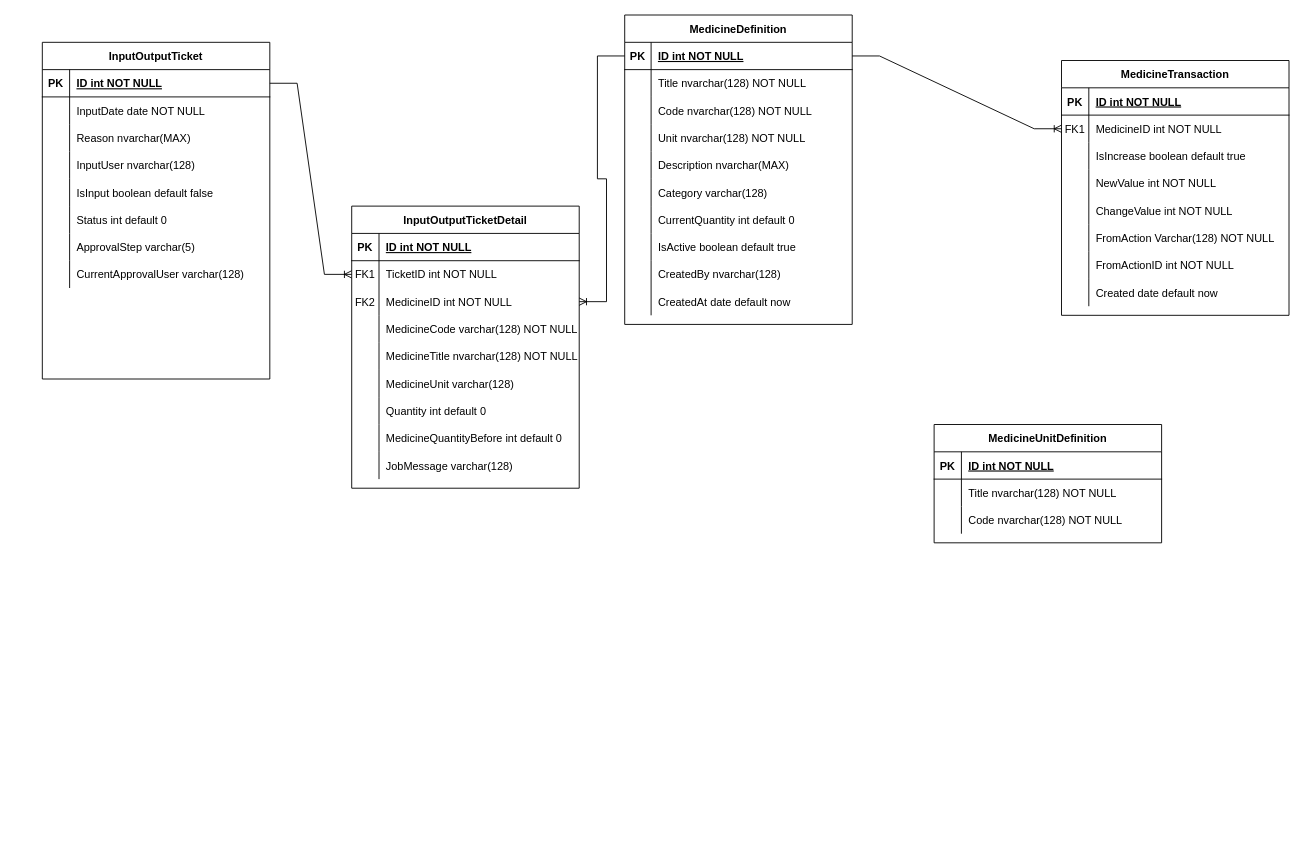
Above: public/Untitled Diagram.drawio in ducquynhnguyeninfo/medical-manager (draw.io), before the change. Source tidied: cells renumbered, new cells numbered last; positions are measured from the earlier drawing's top-left corner, leaving out a move shared by most shapes. Both pictures are drawn from the tidied source at 91%, with x=0, y=0 at pixel (42, 15).
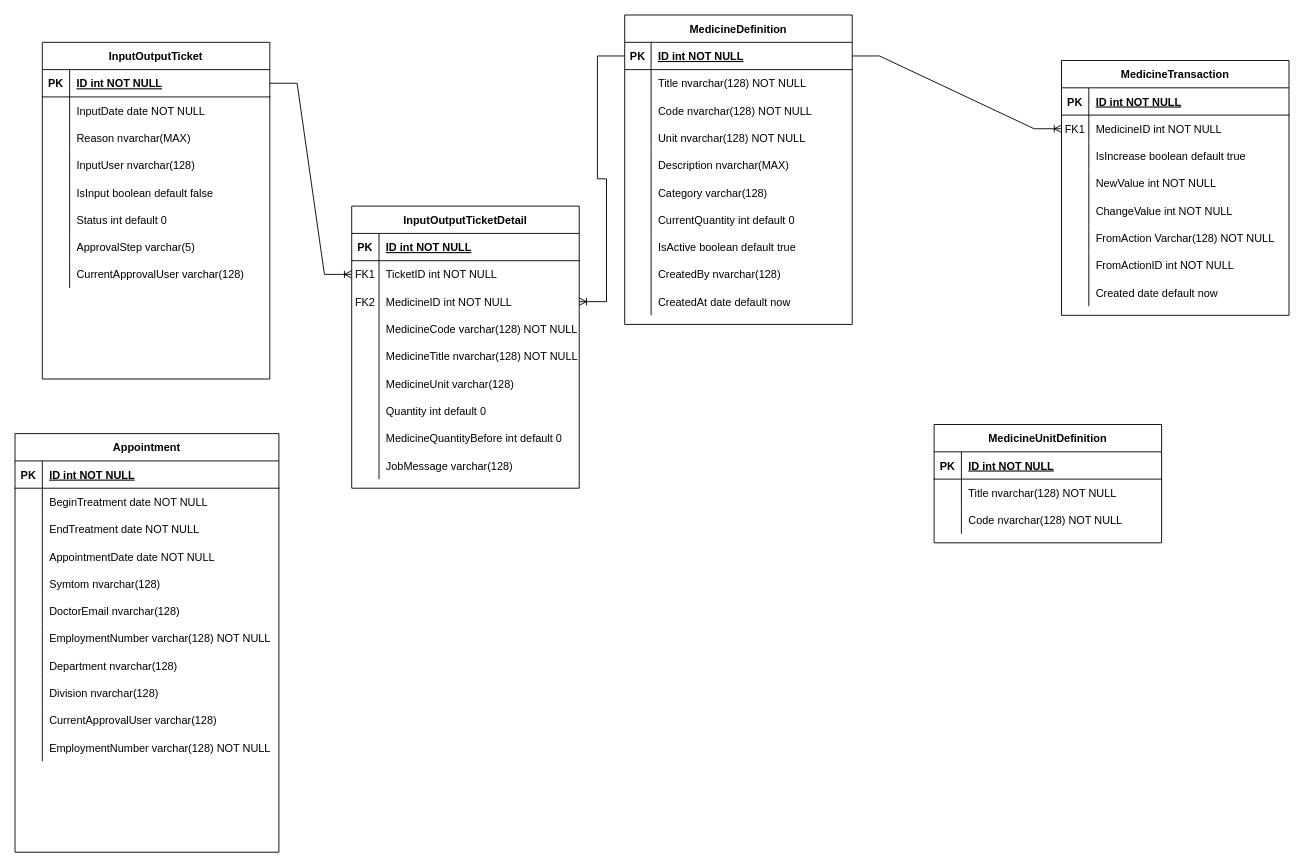
The same diagram, later.

The edit, as a diff of the source:
```diff
@@
+    <mxCell id="124" value="Appointment" style="shape=table;startSize=30;childLayout=tableLayout;rowLines=0;fontStyle=1;align=center;" parent="1" vertex="1">
+      <mxGeometry x="-30" y="460" width="290" height="460" as="geometry" />
+    </mxCell>
+    <mxCell id="125" style="shape=partialRectangle;fillColor=none;top=0;left=0;right=0;bottom=1;" parent="124" vertex="1">
+      <mxGeometry y="30" width="290" height="30" as="geometry" />
+    </mxCell>
+    <mxCell id="126" value="PK" style="shape=partialRectangle;overflow=hidden;fillColor=none;top=0;left=0;bottom=0;right=0;fontStyle=1;" parent="125" vertex="1">
+      <mxGeometry width="30" height="30" as="geometry" />
+    </mxCell>
+    <mxCell id="127" value="ID int NOT NULL" style="shape=partialRectangle;overflow=hidden;fillColor=none;top=0;left=0;bottom=0;right=0;align=left;spacingLeft=6;fontStyle=5;" parent="125" vertex="1">
+      <mxGeometry x="30" width="260" height="30" as="geometry" />
+    </mxCell>
+    <mxCell id="128" style="shape=partialRectangle;fillColor=none;top=0;left=0;right=0;bottom=0;" parent="124" vertex="1">
+      <mxGeometry y="60" width="290" height="30" as="geometry" />
+    </mxCell>
+    <mxCell id="129" style="shape=partialRectangle;overflow=hidden;fillColor=none;top=0;left=0;bottom=0;right=0;" parent="128" vertex="1">
+      <mxGeometry width="30" height="30" as="geometry" />
+    </mxCell>
+    <mxCell id="130" value="BeginTreatment date NOT NULL" style="shape=partialRectangle;overflow=hidden;fillColor=none;top=0;left=0;bottom=0;right=0;align=left;spacingLeft=6;" parent="128" vertex="1">
+      <mxGeometry x="30" width="260" height="30" as="geometry" />
+    </mxCell>
+    <mxCell id="131" style="shape=partialRectangle;fillColor=none;top=0;left=0;right=0;bottom=0;" parent="124" vertex="1">
+      <mxGeometry y="90" width="290" height="30" as="geometry" />
+    </mxCell>
+    <mxCell id="132" style="shape=partialRectangle;overflow=hidden;fillColor=none;top=0;left=0;bottom=0;right=0;" parent="131" vertex="1">
+      <mxGeometry width="30" height="30" as="geometry" />
+    </mxCell>
+    <mxCell id="133" value="EndTreatment date NOT NULL" style="shape=partialRectangle;overflow=hidden;fillColor=none;top=0;left=0;bottom=0;right=0;align=left;spacingLeft=6;" parent="131" vertex="1">
+      <mxGeometry x="30" width="260" height="30" as="geometry" />
+    </mxCell>
+    <mxCell id="134" style="shape=partialRectangle;fillColor=none;top=0;left=0;right=0;bottom=0;" parent="124" vertex="1">
+      <mxGeometry y="120" width="290" height="30" as="geometry" />
+    </mxCell>
+    <mxCell id="135" style="shape=partialRectangle;overflow=hidden;fillColor=none;top=0;left=0;bottom=0;right=0;" parent="134" vertex="1">
+      <mxGeometry width="30" height="30" as="geometry" />
+    </mxCell>
+    <mxCell id="136" value="AppointmentDate date NOT NULL" style="shape=partialRectangle;overflow=hidden;fillColor=none;top=0;left=0;bottom=0;right=0;align=left;spacingLeft=6;" parent="134" vertex="1">
+      <mxGeometry x="30" width="260" height="30" as="geometry" />
+    </mxCell>
+    <mxCell id="137" style="shape=tableRow;horizontal=0;startSize=0;swimlaneHead=0;swimlaneBody=0;fillColor=none;top=0;left=0;right=0;bottom=0;" parent="124" vertex="1">
+      <mxGeometry y="150" width="290" height="30" as="geometry" />
+    </mxCell>
+    <mxCell id="138" style="shape=partialRectangle;fillColor=none;top=0;left=0;bottom=0;right=0;overflow=hidden;" parent="137" vertex="1">
+      <mxGeometry width="30" height="30" as="geometry" />
+    </mxCell>
+    <mxCell id="139" value="Symtom nvarchar(128)" style="shape=partialRectangle;fillColor=none;top=0;left=0;bottom=0;right=0;align=left;spacingLeft=6;overflow=hidden;" parent="137" vertex="1">
+      <mxGeometry x="30" width="260" height="30" as="geometry" />
+    </mxCell>
+    <mxCell id="140" style="shape=tableRow;horizontal=0;startSize=0;swimlaneHead=0;swimlaneBody=0;fillColor=none;top=0;left=0;right=0;bottom=0;" parent="124" vertex="1">
+      <mxGeometry y="180" width="290" height="30" as="geometry" />
+    </mxCell>
+    <mxCell id="141" style="shape=partialRectangle;fillColor=none;top=0;left=0;bottom=0;right=0;overflow=hidden;" parent="140" vertex="1">
+      <mxGeometry width="30" height="30" as="geometry" />
+    </mxCell>
+    <mxCell id="142" value="DoctorEmail nvarchar(128)" style="shape=partialRectangle;fillColor=none;top=0;left=0;bottom=0;right=0;align=left;spacingLeft=6;overflow=hidden;" parent="140" vertex="1">
+      <mxGeometry x="30" width="260" height="30" as="geometry" />
+    </mxCell>
+    <mxCell id="143" style="shape=tableRow;horizontal=0;startSize=0;swimlaneHead=0;swimlaneBody=0;fillColor=none;top=0;left=0;right=0;bottom=0;" parent="124" vertex="1">
+      <mxGeometry y="210" width="290" height="30" as="geometry" />
+    </mxCell>
+    <mxCell id="144" style="shape=partialRectangle;fillColor=none;top=0;left=0;bottom=0;right=0;overflow=hidden;" parent="143" vertex="1">
+      <mxGeometry width="30" height="30" as="geometry" />
+    </mxCell>
+    <mxCell id="145" value="EmploymentNumber varchar(128) NOT NULL" style="shape=partialRectangle;fillColor=none;top=0;left=0;bottom=0;right=0;align=left;spacingLeft=6;overflow=hidden;" parent="143" vertex="1">
+      <mxGeometry x="30" width="260" height="30" as="geometry" />
+    </mxCell>
+    <mxCell id="146" style="shape=tableRow;horizontal=0;startSize=0;swimlaneHead=0;swimlaneBody=0;fillColor=none;top=0;left=0;right=0;bottom=0;" parent="124" vertex="1">
+      <mxGeometry y="240" width="290" height="30" as="geometry" />
+    </mxCell>
+    <mxCell id="147" style="shape=partialRectangle;fillColor=none;top=0;left=0;bottom=0;right=0;overflow=hidden;" parent="146" vertex="1">
+      <mxGeometry width="30" height="30" as="geometry" />
+    </mxCell>
+    <mxCell id="148" value="Department nvarchar(128)" style="shape=partialRectangle;fillColor=none;top=0;left=0;bottom=0;right=0;align=left;spacingLeft=6;overflow=hidden;" parent="146" vertex="1">
+      <mxGeometry x="30" width="260" height="30" as="geometry" />
+    </mxCell>
+    <mxCell id="149" style="shape=tableRow;horizontal=0;startSize=0;swimlaneHead=0;swimlaneBody=0;fillColor=none;top=0;left=0;right=0;bottom=0;" parent="124" vertex="1">
+      <mxGeometry y="270" width="290" height="30" as="geometry" />
+    </mxCell>
+    <mxCell id="150" style="shape=partialRectangle;fillColor=none;top=0;left=0;bottom=0;right=0;overflow=hidden;" parent="149" vertex="1">
+      <mxGeometry width="30" height="30" as="geometry" />
+    </mxCell>
+    <mxCell id="151" value="Division nvarchar(128)" style="shape=partialRectangle;fillColor=none;top=0;left=0;bottom=0;right=0;align=left;spacingLeft=6;overflow=hidden;" parent="149" vertex="1">
+      <mxGeometry x="30" width="260" height="30" as="geometry" />
+    </mxCell>
+    <mxCell id="152" style="shape=tableRow;horizontal=0;startSize=0;swimlaneHead=0;swimlaneBody=0;fillColor=none;top=0;left=0;right=0;bottom=0;" parent="124" vertex="1">
+      <mxGeometry y="300" width="290" height="30" as="geometry" />
+    </mxCell>
+    <mxCell id="153" style="shape=partialRectangle;fillColor=none;top=0;left=0;bottom=0;right=0;overflow=hidden;" parent="152" vertex="1">
+      <mxGeometry width="30" height="30" as="geometry" />
+    </mxCell>
+    <mxCell id="154" value="CurrentApprovalUser varchar(128)" style="shape=partialRectangle;fillColor=none;top=0;left=0;bottom=0;right=0;align=left;spacingLeft=6;overflow=hidden;" parent="152" vertex="1">
+      <mxGeometry x="30" width="260" height="30" as="geometry" />
+    </mxCell>
+    <mxCell id="155" style="shape=tableRow;horizontal=0;startSize=0;swimlaneHead=0;swimlaneBody=0;fillColor=none;top=0;left=0;right=0;bottom=0;" parent="124" vertex="1">
+      <mxGeometry y="330" width="290" height="30" as="geometry" />
+    </mxCell>
+    <mxCell id="156" style="shape=partialRectangle;fillColor=none;top=0;left=0;bottom=0;right=0;overflow=hidden;" parent="155" vertex="1">
+      <mxGeometry width="30" height="30" as="geometry" />
+    </mxCell>
+    <mxCell id="157" value="EmploymentNumber varchar(128) NOT NULL" style="shape=partialRectangle;fillColor=none;top=0;left=0;bottom=0;right=0;align=left;spacingLeft=6;overflow=hidden;" parent="155" vertex="1">
+      <mxGeometry x="30" width="260" height="30" as="geometry" />
+    </mxCell>
```
